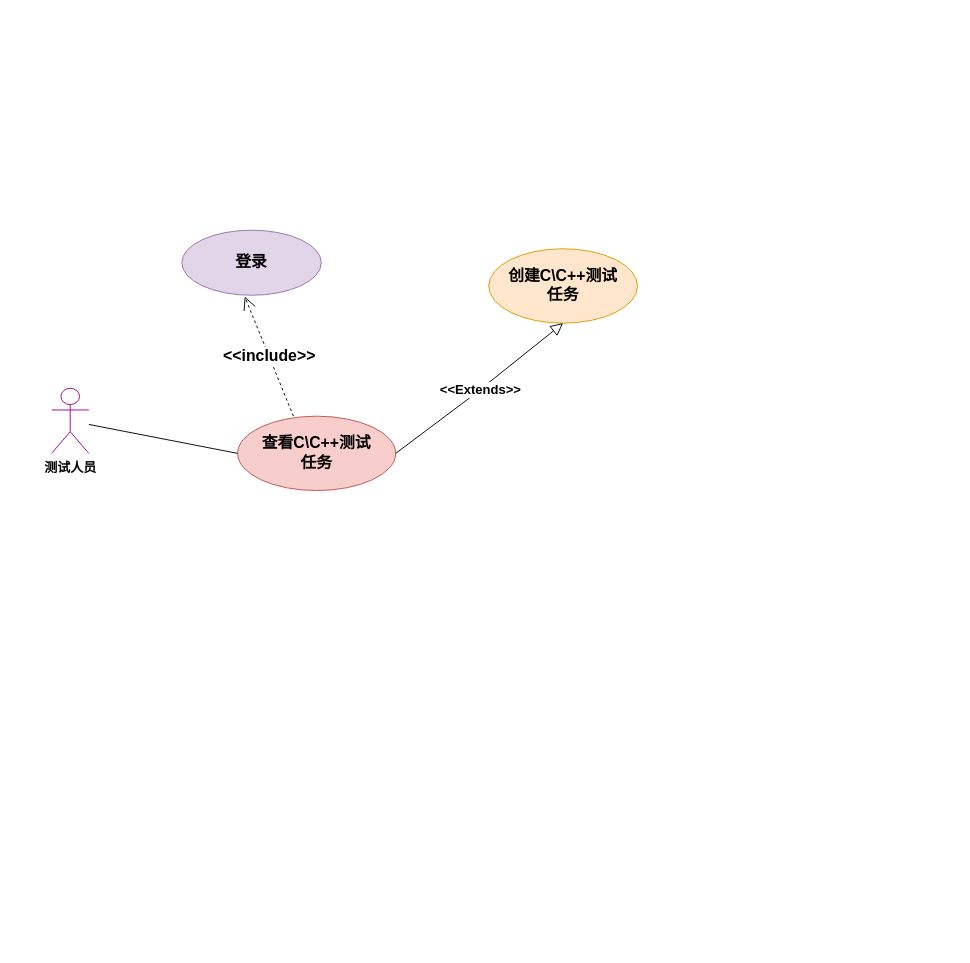
chenyixuan1923/- keeps this draw.io diagram as 用例图.drawio. Above is the earlier version. Source tidied: cells renumbered, new cells numbered last; positions are measured from the earlier drawing's top-left corner, leaving out a move shared by most shapes. Both pictures are drawn from the tidied source at 93%, with x=0, y=0 at pixel (51, 230).
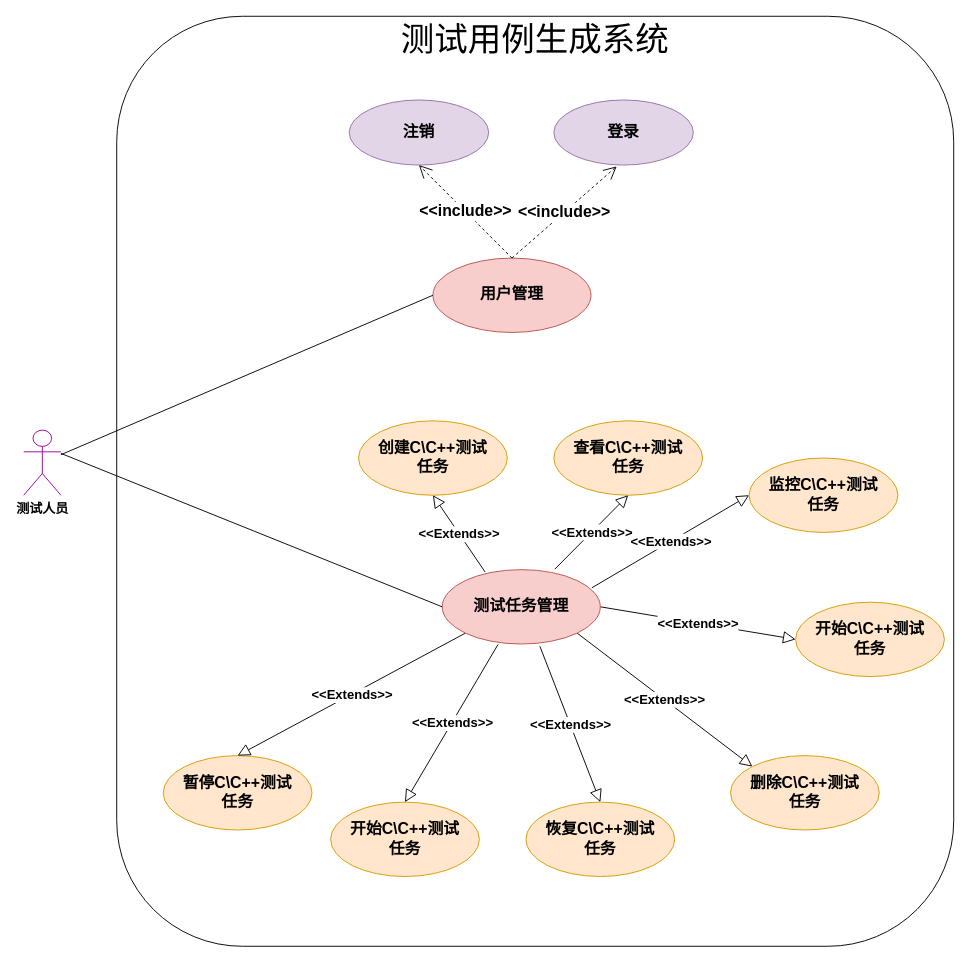
The same page after the edit.

Commit message:
更新用例图.drawio

The edit, as a diff of the source:
```diff
@@
+    <mxCell id="10" style="rounded=1;whiteSpace=wrap;html=1;" parent="1" vertex="1">
+      <mxGeometry x="70" y="-230" width="900" height="1000" as="geometry" />
+    </mxCell>
     <mxCell id="2" value="&lt;b&gt;&lt;font style=&quot;font-size: 14px;&quot;&gt;测试人员&lt;/font&gt;&lt;/b&gt;" style="shape=umlActor;verticalLabelPosition=bottom;verticalAlign=top;html=1;outlineConnect=0;strokeColor=#990099;" parent="1" vertex="1">
-      <mxGeometry y="170" width="40" height="70" as="geometry" />
+      <mxGeometry x="-30" y="215" width="40" height="70" as="geometry" />
     </mxCell>
     <mxCell id="3" value="&lt;font style=&quot;font-size: 17px;&quot;&gt;&lt;b&gt;登录&lt;/b&gt;&lt;/font&gt;" style="ellipse;whiteSpace=wrap;html=1;fillColor=#e1d5e7;strokeColor=#9673a6;" parent="1" vertex="1">
-      <mxGeometry x="140" width="150" height="70" as="geometry" />
+      <mxGeometry x="540" y="-140" width="150" height="70" as="geometry" />
     </mxCell>
-    <mxCell id="4" value="&lt;b&gt;查看C\C++测试&lt;br&gt;任务&lt;/b&gt;" style="ellipse;whiteSpace=wrap;html=1;fontSize=17;fillColor=#f8cecc;strokeColor=#b85450;" parent="1" vertex="1">
-      <mxGeometry x="200" y="200" width="170" height="80" as="geometry" />
+    <mxCell id="4" value="&lt;b&gt;用户管理&lt;/b&gt;" style="ellipse;whiteSpace=wrap;html=1;fontSize=17;fillColor=#f8cecc;strokeColor=#b85450;" parent="1" vertex="1">
+      <mxGeometry x="410" y="30" width="170" height="80" as="geometry" />
     </mxCell>
-    <mxCell id="5" value="&lt;b&gt;&amp;lt;&amp;lt;include&amp;gt;&amp;gt;&lt;/b&gt;" style="endArrow=open;endSize=12;dashed=1;html=1;rounded=0;fontSize=17;entryX=0.451;entryY=1.02;entryDx=0;entryDy=0;entryPerimeter=0;exitX=0.353;exitY=0;exitDx=0;exitDy=0;exitPerimeter=0;" parent="1" edge="1" source="4" target="3">
+    <mxCell id="5" value="&lt;b&gt;&amp;lt;&amp;lt;include&amp;gt;&amp;gt;&lt;/b&gt;" style="endArrow=open;endSize=12;dashed=1;html=1;rounded=0;fontSize=17;entryX=0.451;entryY=1.02;entryDx=0;entryDy=0;entryPerimeter=0;exitX=0.5;exitY=0;exitDx=0;exitDy=0;" parent="1" edge="1" source="4" target="3">
       <mxGeometry relative="1" as="geometry" />
     </mxCell>
     <mxCell id="6" value="&lt;b&gt;创建C\C++测试&lt;br&gt;任务&lt;/b&gt;" style="ellipse;whiteSpace=wrap;html=1;fontSize=17;fillColor=#ffe6cc;strokeColor=#d79b00;" parent="1" vertex="1">
-      <mxGeometry x="470" y="20" width="160" height="80" as="geometry" />
+      <mxGeometry x="330" y="205" width="160" height="80" as="geometry" />
     </mxCell>
-    <mxCell id="7" style="endArrow=block;html=1;rounded=0;fontSize=14;entryX=0.5;entryY=1;entryDx=0;entryDy=0;exitX=1;exitY=0.5;exitDx=0;exitDy=0;endFill=0;strokeWidth=1;endSize=11;" parent="1" edge="1" source="4" target="6">
-      <mxGeometry relative="1" as="geometry">
-        <Array as="points">
-          <mxPoint x="450" y="180" />
-        </Array>
-      </mxGeometry>
+    <mxCell id="7" style="endArrow=block;html=1;rounded=0;fontSize=14;entryX=0.5;entryY=1;entryDx=0;entryDy=0;exitX=0.271;exitY=0.031;exitDx=0;exitDy=0;endFill=0;strokeWidth=1;endSize=11;exitPerimeter=0;" parent="1" edge="1" source="31" target="6">
+      <mxGeometry relative="1" as="geometry" />
     </mxCell>
@@
+    <mxCell id="11" value="&lt;font style=&quot;font-size: 17px;&quot;&gt;&lt;b&gt;注销&lt;/b&gt;&lt;/font&gt;" style="ellipse;whiteSpace=wrap;html=1;fillColor=#e1d5e7;strokeColor=#9673a6;" parent="1" vertex="1">
+      <mxGeometry x="320" y="-140" width="150" height="70" as="geometry" />
+    </mxCell>
+    <mxCell id="12" value="&lt;b&gt;&amp;lt;&amp;lt;include&amp;gt;&amp;gt;&lt;/b&gt;" style="endArrow=open;endSize=12;dashed=1;html=1;rounded=0;fontSize=17;entryX=0.5;entryY=1;entryDx=0;entryDy=0;exitX=0.5;exitY=0;exitDx=0;exitDy=0;" parent="1" edge="1" source="4" target="11">
+      <mxGeometry relative="1" as="geometry" />
+    </mxCell>
+    <mxCell id="13" value="&lt;b&gt;删除C\C++测试&lt;br&gt;任务&lt;/b&gt;" style="ellipse;whiteSpace=wrap;html=1;fontSize=17;fillColor=#ffe6cc;strokeColor=#d79b00;" parent="1" vertex="1">
+      <mxGeometry x="730" y="565" width="160" height="80" as="geometry" />
+    </mxCell>
+    <mxCell id="14" style="endArrow=block;html=1;rounded=0;fontSize=14;entryX=0;entryY=0;entryDx=0;entryDy=0;exitX=1;exitY=1;exitDx=0;exitDy=0;endFill=0;strokeWidth=1;endSize=11;" parent="1" edge="1" source="31" target="13">
+      <mxGeometry relative="1" as="geometry" />
+    </mxCell>
+    <mxCell id="15" value="&amp;lt;&amp;lt;Extends&amp;gt;&amp;gt;" style="edgeLabel;html=1;align=center;verticalAlign=middle;strokeColor=#990099;fontSize=14;fontStyle=1;" parent="14" vertex="1">
+      <mxGeometry relative="1" as="geometry" />
+    </mxCell>
+    <mxCell id="16" value="&lt;b&gt;开始C\C++测试&lt;br&gt;任务&lt;/b&gt;" style="ellipse;whiteSpace=wrap;html=1;fontSize=17;fillColor=#ffe6cc;strokeColor=#d79b00;" parent="1" vertex="1">
+      <mxGeometry x="300" y="615" width="160" height="80" as="geometry" />
+    </mxCell>
+    <mxCell id="17" style="endArrow=block;html=1;rounded=0;fontSize=14;entryX=0.5;entryY=0;entryDx=0;entryDy=0;exitX=0.353;exitY=1.006;exitDx=0;exitDy=0;endFill=0;strokeWidth=1;endSize=11;exitPerimeter=0;" parent="1" edge="1" source="31" target="16">
+      <mxGeometry relative="1" as="geometry" />
+    </mxCell>
+    <mxCell id="18" value="&amp;lt;&amp;lt;Extends&amp;gt;&amp;gt;" style="edgeLabel;html=1;align=center;verticalAlign=middle;strokeColor=#990099;fontSize=14;fontStyle=1;" parent="17" vertex="1">
+      <mxGeometry relative="1" as="geometry" />
+    </mxCell>
+    <mxCell id="19" value="&lt;b&gt;暂停C\C++测试&lt;br&gt;任务&lt;/b&gt;" style="ellipse;whiteSpace=wrap;html=1;fontSize=17;fillColor=#ffe6cc;strokeColor=#d79b00;" parent="1" vertex="1">
+      <mxGeometry x="120" y="565" width="160" height="80" as="geometry" />
+    </mxCell>
+    <mxCell id="20" style="endArrow=block;html=1;rounded=0;fontSize=14;entryX=0.5;entryY=0;entryDx=0;entryDy=0;endFill=0;strokeWidth=1;endSize=11;exitX=0;exitY=1;exitDx=0;exitDy=0;" parent="1" edge="1" source="31" target="19">
+      <mxGeometry relative="1" as="geometry" />
+    </mxCell>
+    <mxCell id="21" value="&amp;lt;&amp;lt;Extends&amp;gt;&amp;gt;" style="edgeLabel;html=1;align=center;verticalAlign=middle;strokeColor=#990099;fontSize=14;fontStyle=1;" parent="20" vertex="1">
+      <mxGeometry relative="1" as="geometry" />
+    </mxCell>
+    <mxCell id="22" value="&lt;b&gt;恢复C\C++测试&lt;br&gt;任务&lt;/b&gt;" style="ellipse;whiteSpace=wrap;html=1;fontSize=17;fillColor=#ffe6cc;strokeColor=#d79b00;" parent="1" vertex="1">
+      <mxGeometry x="510" y="615" width="160" height="80" as="geometry" />
+    </mxCell>
+    <mxCell id="23" style="endArrow=block;html=1;rounded=0;fontSize=14;entryX=0.5;entryY=0;entryDx=0;entryDy=0;exitX=0.618;exitY=1.031;exitDx=0;exitDy=0;endFill=0;strokeWidth=1;endSize=11;exitPerimeter=0;" parent="1" edge="1" source="31" target="22">
+      <mxGeometry relative="1" as="geometry" />
+    </mxCell>
+    <mxCell id="24" value="&amp;lt;&amp;lt;Extends&amp;gt;&amp;gt;" style="edgeLabel;html=1;align=center;verticalAlign=middle;strokeColor=#990099;fontSize=14;fontStyle=1;" parent="23" vertex="1">
+      <mxGeometry relative="1" as="geometry" />
+    </mxCell>
+    <mxCell id="25" value="&lt;b&gt;监控C\C++测试&lt;br&gt;任务&lt;/b&gt;" style="ellipse;whiteSpace=wrap;html=1;fontSize=17;fillColor=#ffe6cc;strokeColor=#d79b00;" parent="1" vertex="1">
+      <mxGeometry x="750" y="245" width="160" height="80" as="geometry" />
+    </mxCell>
+    <mxCell id="26" style="endArrow=block;html=1;rounded=0;fontSize=14;entryX=0;entryY=0.5;entryDx=0;entryDy=0;endFill=0;strokeWidth=1;endSize=11;exitX=0.947;exitY=0.244;exitDx=0;exitDy=0;exitPerimeter=0;" parent="1" edge="1" source="31" target="25">
+      <mxGeometry relative="1" as="geometry" />
+    </mxCell>
+    <mxCell id="27" value="&amp;lt;&amp;lt;Extends&amp;gt;&amp;gt;" style="edgeLabel;html=1;align=center;verticalAlign=middle;strokeColor=#990099;fontSize=14;fontStyle=1;" parent="26" vertex="1">
+      <mxGeometry relative="1" as="geometry" />
+    </mxCell>
+    <mxCell id="28" value="&lt;b&gt;开始C\C++测试&lt;br&gt;任务&lt;/b&gt;" style="ellipse;whiteSpace=wrap;html=1;fontSize=17;fillColor=#ffe6cc;strokeColor=#d79b00;" parent="1" vertex="1">
+      <mxGeometry x="800" y="400" width="160" height="80" as="geometry" />
+    </mxCell>
+    <mxCell id="29" style="endArrow=block;html=1;rounded=0;fontSize=14;entryX=0;entryY=0.5;entryDx=0;entryDy=0;endFill=0;strokeWidth=1;endSize=11;exitX=1;exitY=0.5;exitDx=0;exitDy=0;" parent="1" edge="1" source="31" target="28">
+      <mxGeometry relative="1" as="geometry" />
+    </mxCell>
+    <mxCell id="30" value="&amp;lt;&amp;lt;Extends&amp;gt;&amp;gt;" style="edgeLabel;html=1;align=center;verticalAlign=middle;strokeColor=#990099;fontSize=14;fontStyle=1;" parent="29" vertex="1">
+      <mxGeometry relative="1" as="geometry" />
+    </mxCell>
+    <mxCell id="31" value="&lt;b&gt;测试任务管理&lt;/b&gt;" style="ellipse;whiteSpace=wrap;html=1;fontSize=17;fillColor=#f8cecc;strokeColor=#b85450;" parent="1" vertex="1">
+      <mxGeometry x="420" y="365" width="170" height="80" as="geometry" />
+    </mxCell>
+    <mxCell id="32" style="endArrow=none;html=1;rounded=0;strokeWidth=1;fontSize=14;endSize=11;entryX=0;entryY=0.5;entryDx=0;entryDy=0;" parent="1" edge="1" target="31">
+      <mxGeometry relative="1" as="geometry">
+        <mxPoint x="10" y="240" as="sourcePoint" />
+      </mxGeometry>
+    </mxCell>
+    <mxCell id="33" value="&lt;b&gt;查看C\C++测试&lt;br&gt;任务&lt;/b&gt;" style="ellipse;whiteSpace=wrap;html=1;fontSize=17;fillColor=#ffe6cc;strokeColor=#d79b00;" parent="1" vertex="1">
+      <mxGeometry x="540" y="205" width="160" height="80" as="geometry" />
+    </mxCell>
+    <mxCell id="34" style="endArrow=block;html=1;rounded=0;fontSize=14;entryX=0.5;entryY=1;entryDx=0;entryDy=0;exitX=0.712;exitY=-0.006;exitDx=0;exitDy=0;endFill=0;strokeWidth=1;endSize=11;exitPerimeter=0;" parent="1" edge="1" source="31" target="33">
+      <mxGeometry relative="1" as="geometry" />
+    </mxCell>
+    <mxCell id="35" value="&amp;lt;&amp;lt;Extends&amp;gt;&amp;gt;" style="edgeLabel;html=1;align=center;verticalAlign=middle;strokeColor=#990099;fontSize=14;fontStyle=1;" parent="34" vertex="1">
+      <mxGeometry relative="1" as="geometry" />
+    </mxCell>
+    <mxCell id="36" value="&lt;font style=&quot;font-size: 36px;&quot;&gt;测试用例生成系统&lt;/font&gt;" style="text;html=1;strokeColor=none;fillColor=none;align=center;verticalAlign=middle;whiteSpace=wrap;rounded=0;" parent="1" vertex="1">
+      <mxGeometry x="355" y="-220" width="330" height="30" as="geometry" />
+    </mxCell>
```
